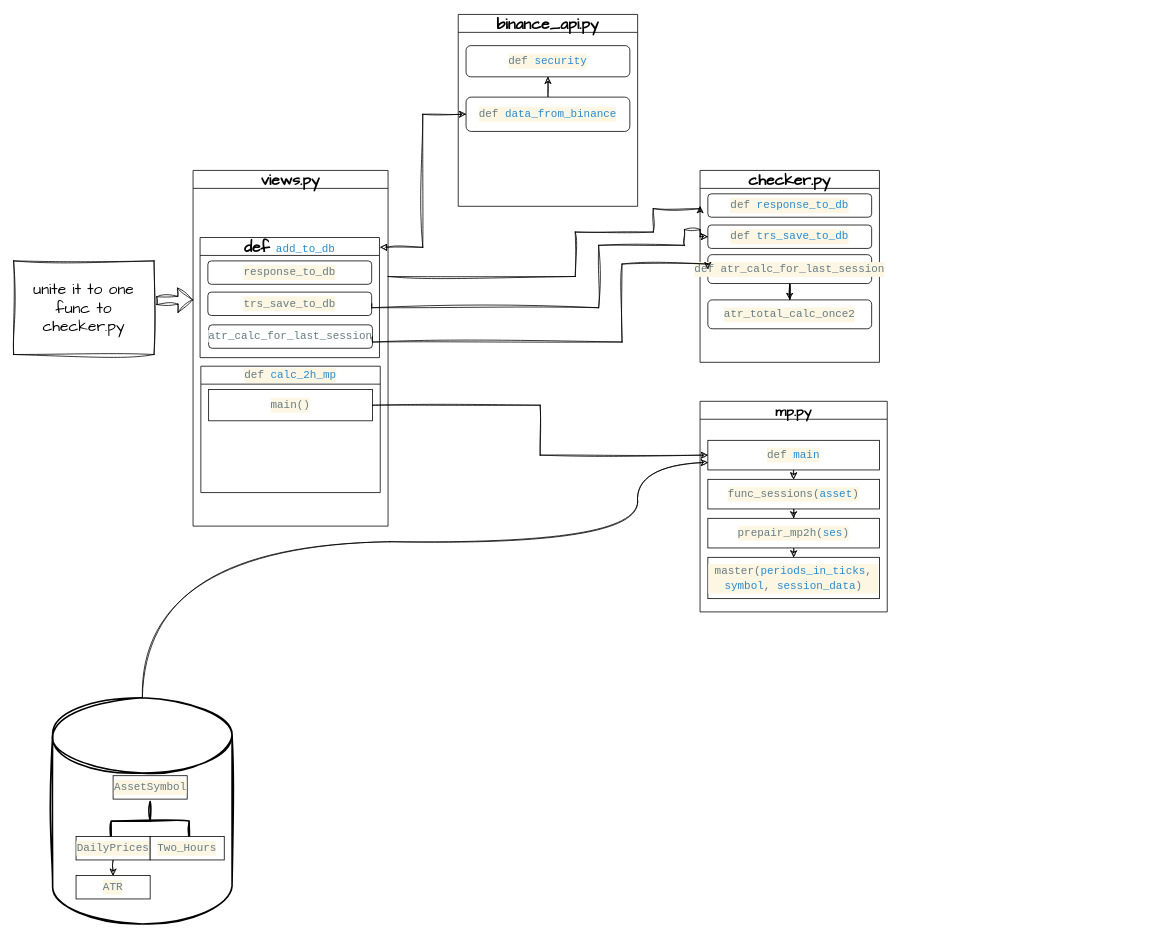
Kupavtsev/markets_data_handler keeps this draw.io diagram as page "project" (8 of 8) of structure.drawio. Above is the earlier version. Source tidied: cells renumbered, new cells numbered last; positions are measured from the earlier drawing's top-left corner, leaving out a move shared by most shapes. Both pictures are drawn from the tidied source at 78%, with x=0, y=0 at pixel (13, 14).
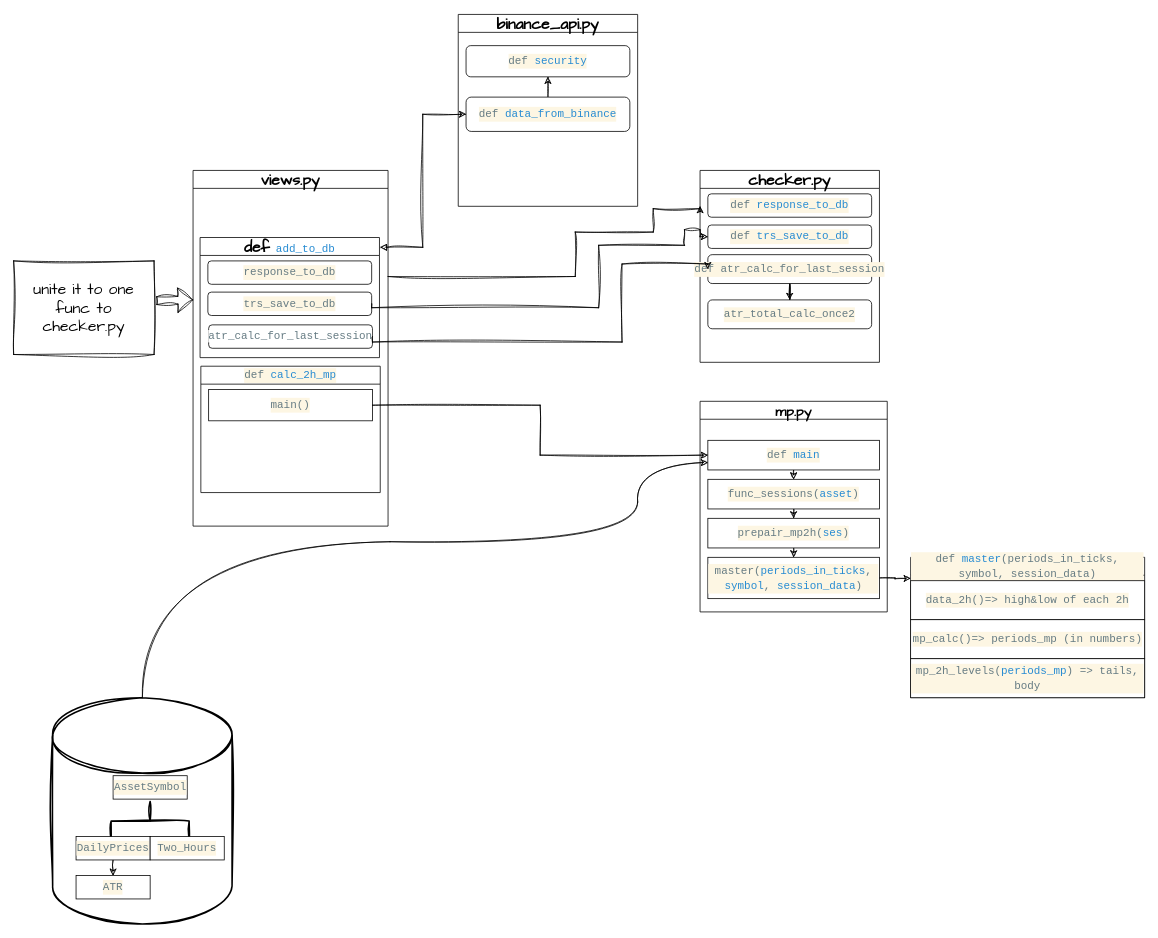
Above is the later version.

The change refers to these unchanged cells:
```xml
<mxCell id="24" value="&lt;font style=&quot;font-size: 18px;&quot;&gt;mp.py&lt;/font&gt;" style="swimlane;whiteSpace=wrap;html=1;hachureGap=4;fontFamily=Architects Daughter;fontSize=20;" parent="1" vertex="1">
  <mxGeometry x="880" y="496" width="240" height="270" as="geometry" />
</mxCell>
<mxCell id="31" value="&lt;div style=&quot;color: rgb(101, 123, 131); background-color: rgb(253, 246, 227); font-family: Consolas, &amp;quot;Courier New&amp;quot;, monospace; font-size: 14px; line-height: 19px;&quot;&gt;&lt;div style=&quot;line-height: 19px;&quot;&gt;&lt;div style=&quot;line-height: 19px;&quot;&gt;master(&lt;span style=&quot;color: #268bd2;&quot;&gt;periods_in_ticks&lt;/span&gt;, &lt;span style=&quot;color: #268bd2;&quot;&gt;symbol&lt;/span&gt;, &lt;span style=&quot;color: #268bd2;&quot;&gt;session_data&lt;/span&gt;)&lt;/div&gt;&lt;/div&gt;&lt;/div&gt;" style="rounded=0;whiteSpace=wrap;html=1;hachureGap=4;fontFamily=Architects Daughter;fontSize=20;" parent="24" vertex="1">
  <mxGeometry x="10" y="200" width="220" height="53" as="geometry" />
</mxCell>
```

Diff of the diagram source:
```diff
@@
+    <mxCell id="42" style="edgeStyle=orthogonalEdgeStyle;rounded=0;sketch=1;hachureGap=4;jiggle=2;curveFitting=1;jettySize=auto;html=1;exitX=1;exitY=0.5;exitDx=0;exitDy=0;fontFamily=Architects Daughter;fontSize=16;" parent="24" edge="1" source="31">
+      <mxGeometry relative="1" as="geometry">
+        <mxPoint x="270" y="227" as="targetPoint" />
+      </mxGeometry>
+    </mxCell>
@@
+    <mxCell id="43" value="&lt;div style=&quot;color: rgb(101, 123, 131); background-color: rgb(253, 246, 227); font-family: Consolas, &amp;quot;Courier New&amp;quot;, monospace; font-weight: normal; font-size: 14px; line-height: 19px;&quot;&gt;def &lt;span style=&quot;color: #268bd2;&quot;&gt;master&lt;/span&gt;(periods_in_ticks, symbol, session_data)&lt;/div&gt;" style="swimlane;whiteSpace=wrap;html=1;hachureGap=4;fontFamily=Architects Daughter;fontSize=20;" parent="1" vertex="1">
+      <mxGeometry x="1150" y="696" width="300" height="180" as="geometry" />
+    </mxCell>
+    <mxCell id="44" value="&lt;div style=&quot;color: rgb(101, 123, 131); background-color: rgb(253, 246, 227); font-family: Consolas, &amp;quot;Courier New&amp;quot;, monospace; font-size: 14px; line-height: 19px;&quot;&gt;data_2h()=&amp;gt; high&amp;amp;low of each 2h&lt;/div&gt;" style="rounded=0;whiteSpace=wrap;html=1;hachureGap=4;fontFamily=Architects Daughter;fontSize=20;" parent="43" vertex="1">
+      <mxGeometry y="30" width="300" height="50" as="geometry" />
+    </mxCell>
+    <mxCell id="45" value="&lt;div style=&quot;color: rgb(101, 123, 131); background-color: rgb(253, 246, 227); font-family: Consolas, &amp;quot;Courier New&amp;quot;, monospace; font-size: 14px; line-height: 19px;&quot;&gt;mp_calc()=&amp;gt; periods_mp (in numbers)&lt;/div&gt;" style="rounded=0;whiteSpace=wrap;html=1;hachureGap=4;fontFamily=Architects Daughter;fontSize=20;" parent="43" vertex="1">
+      <mxGeometry y="80" width="300" height="50" as="geometry" />
+    </mxCell>
+    <mxCell id="46" value="&lt;div style=&quot;color: rgb(101, 123, 131); background-color: rgb(253, 246, 227); font-family: Consolas, &amp;quot;Courier New&amp;quot;, monospace; font-size: 14px; line-height: 19px;&quot;&gt;mp_2h_levels(&lt;span style=&quot;color: #268bd2;&quot;&gt;periods_mp&lt;/span&gt;) =&amp;gt; tails, body&lt;/div&gt;" style="rounded=0;whiteSpace=wrap;html=1;hachureGap=4;fontFamily=Architects Daughter;fontSize=20;" parent="43" vertex="1">
+      <mxGeometry y="130" width="300" height="50" as="geometry" />
+    </mxCell>
```
